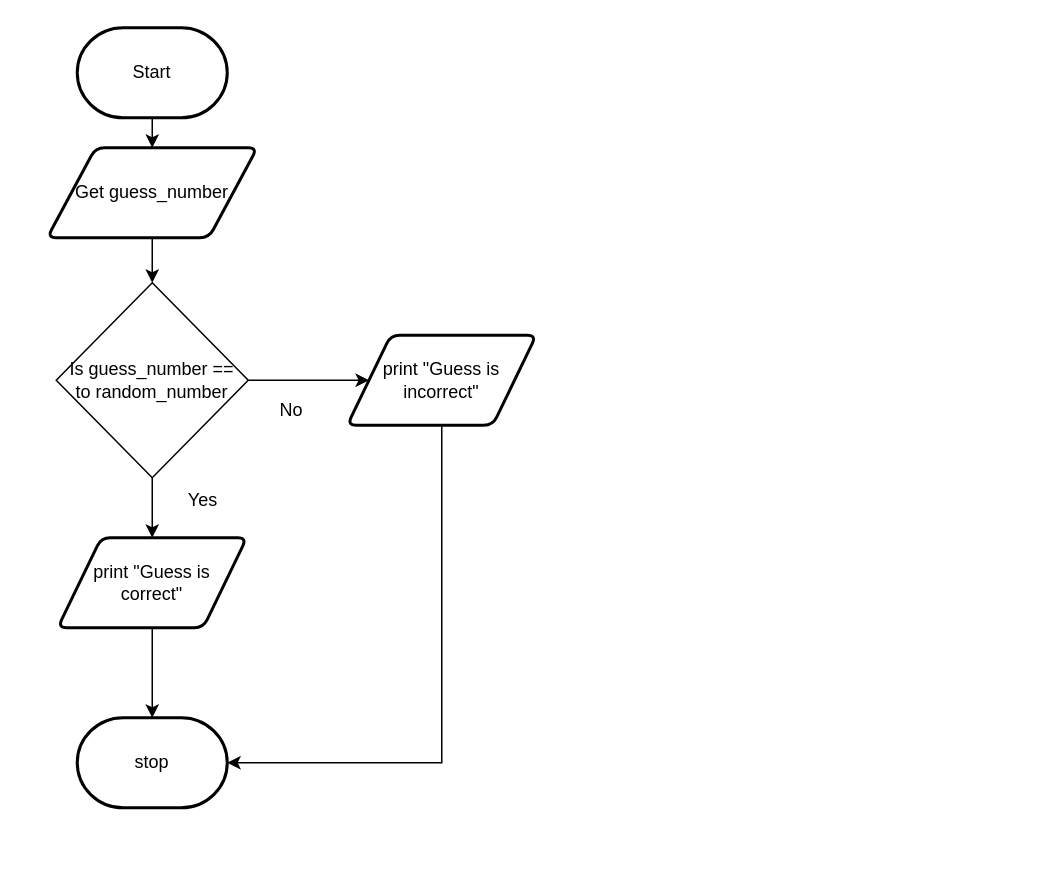
Above: FlowChart.Drawio in JacksonNaufal/ICS3U-Unit3-04-Python (draw.io), before the change. Source tidied: cells renumbered, new cells numbered last; positions are measured from the earlier drawing's top-left corner, leaving out a move shared by most shapes. Both pictures are drawn from the tidied source at 150%, with x=0, y=0 at pixel (46, 27).
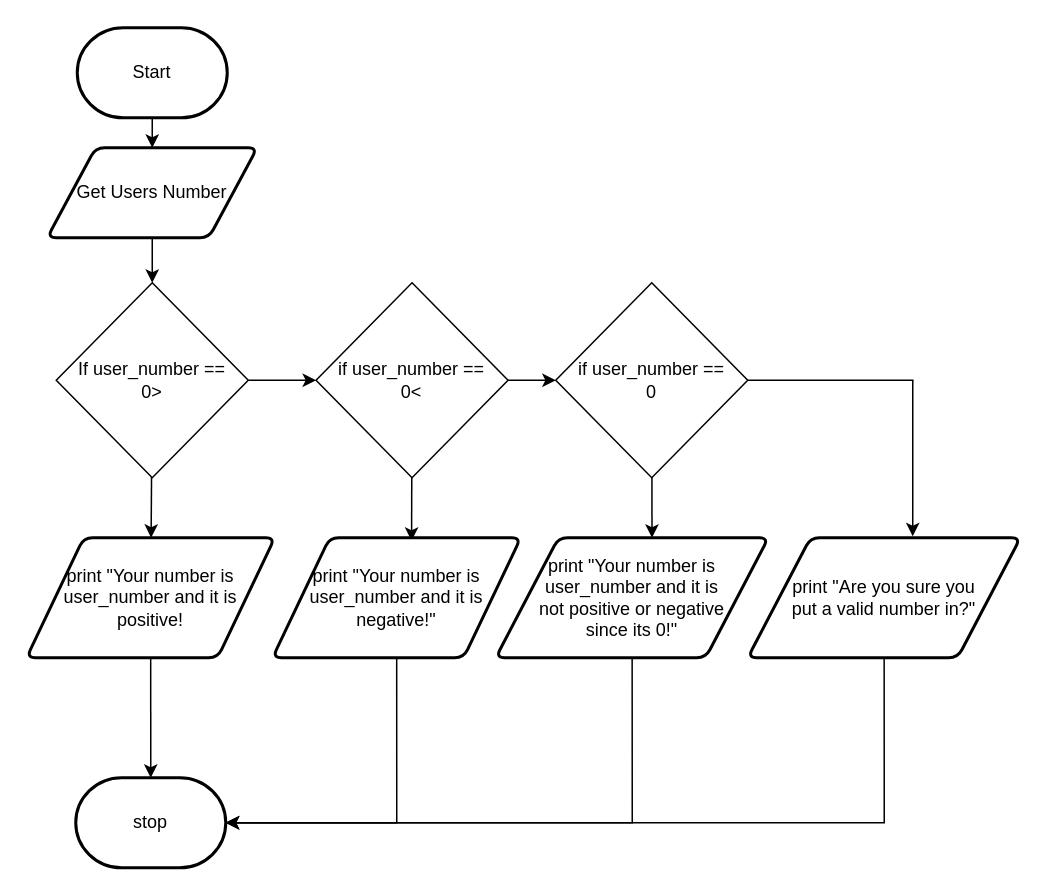
The same page after the edit.

The edit, as a diff of the source:
```diff
@@
-    <mxCell id="5" value="Get guess_number" style="shape=parallelogram;html=1;strokeWidth=2;perimeter=parallelogramPerimeter;whiteSpace=wrap;rounded=1;arcSize=12;size=0.23;" parent="1" vertex="1">
+    <mxCell id="5" value="Get Users Number" style="shape=parallelogram;html=1;strokeWidth=2;perimeter=parallelogramPerimeter;whiteSpace=wrap;rounded=1;arcSize=12;size=0.23;" parent="1" vertex="1">
       <mxGeometry y="80" width="140" height="60" as="geometry" />
     </mxCell>
@@
-    <mxCell id="7" value="print &quot;Guess is &lt;br&gt;correct&quot;" style="shape=parallelogram;html=1;strokeWidth=2;perimeter=parallelogramPerimeter;whiteSpace=wrap;rounded=1;arcSize=12;size=0.23;" parent="1" vertex="1">
-      <mxGeometry x="7" y="340" width="126" height="60" as="geometry" />
+    <mxCell id="7" value="print &quot;Your number is user_number and it is &lt;br&gt;positive!" style="shape=parallelogram;html=1;strokeWidth=2;perimeter=parallelogramPerimeter;whiteSpace=wrap;rounded=1;arcSize=12;size=0.23;" parent="1" vertex="1">
+      <mxGeometry x="-13.8" y="340" width="165.5" height="80" as="geometry" />
     </mxCell>
     <mxCell id="8" value="stop" style="strokeWidth=2;html=1;shape=mxgraph.flowchart.terminator;whiteSpace=wrap;rounded=1;" parent="1" vertex="1">
-      <mxGeometry x="20" y="460" width="100" height="60" as="geometry" />
+      <mxGeometry x="19" y="500" width="100" height="60" as="geometry" />
     </mxCell>
@@
-    <mxCell id="10" style="edgeStyle=none;html=1;" parent="1" edge="1" source="11" target="15">
-      <mxGeometry relative="1" as="geometry" />
-    </mxCell>
+    <mxCell id="16" style="edgeStyle=none;html=1;entryX=0;entryY=0.5;entryDx=0;entryDy=0;fontSize=11;" parent="1" edge="1" source="11" target="19">
+      <mxGeometry relative="1" as="geometry" />
+    </mxCell>
-    <mxCell id="11" value="Is guess_number == &lt;br&gt;to random_number" style="rhombus;whiteSpace=wrap;html=1;" parent="1" vertex="1">
+    <mxCell id="11" value="If user_number == &lt;br&gt;0&amp;gt;" style="rhombus;whiteSpace=wrap;html=1;" parent="1" vertex="1">
       <mxGeometry x="6" y="170" width="128" height="130" as="geometry" />
     </mxCell>
-    <mxCell id="12" value="No" style="text;html=1;strokeColor=none;fillColor=none;align=center;verticalAlign=middle;whiteSpace=wrap;rounded=0;fontSize=12;" parent="1" vertex="1">
-      <mxGeometry x="133" y="240" width="60" height="30" as="geometry" />
-    </mxCell>
-    <mxCell id="13" value="Yes" style="text;html=1;strokeColor=none;fillColor=none;align=center;verticalAlign=middle;whiteSpace=wrap;rounded=0;fontSize=12;" parent="1" vertex="1">
-      <mxGeometry x="74" y="300" width="60" height="30" as="geometry" />
-    </mxCell>
-    <mxCell id="14" style="edgeStyle=none;html=1;entryX=1;entryY=0.5;entryDx=0;entryDy=0;entryPerimeter=0;rounded=0;" parent="1" edge="1" source="15" target="8">
-      <mxGeometry relative="1" as="geometry">
-        <Array as="points">
-          <mxPoint x="263" y="490" />
-        </Array>
-      </mxGeometry>
-    </mxCell>
-    <mxCell id="15" value="print &quot;Guess is &lt;br&gt;incorrect&quot;" style="shape=parallelogram;html=1;strokeWidth=2;perimeter=parallelogramPerimeter;whiteSpace=wrap;rounded=1;arcSize=12;size=0.23;" parent="1" vertex="1">
-      <mxGeometry x="200" y="205" width="126" height="60" as="geometry" />
-    </mxCell>
+    <mxCell id="17" style="edgeStyle=none;html=1;entryX=0.56;entryY=0.025;entryDx=0;entryDy=0;entryPerimeter=0;" parent="1" edge="1" source="19" target="24">
+      <mxGeometry relative="1" as="geometry" />
+    </mxCell>
+    <mxCell id="18" style="edgeStyle=none;html=1;entryX=0;entryY=0.5;entryDx=0;entryDy=0;fontSize=11;" parent="1" edge="1" source="19" target="22">
+      <mxGeometry relative="1" as="geometry" />
+    </mxCell>
+    <mxCell id="19" value="if user_number ==&lt;br&gt;0&amp;lt;" style="rhombus;whiteSpace=wrap;html=1;" parent="1" vertex="1">
+      <mxGeometry x="179.2" y="170" width="128" height="130" as="geometry" />
+    </mxCell>
+    <mxCell id="20" style="edgeStyle=none;html=1;entryX=0.573;entryY=0;entryDx=0;entryDy=0;entryPerimeter=0;" parent="1" edge="1" source="22" target="26">
+      <mxGeometry relative="1" as="geometry" />
+    </mxCell>
+    <mxCell id="21" style="edgeStyle=none;html=1;entryX=0.605;entryY=-0.012;entryDx=0;entryDy=0;entryPerimeter=0;fontSize=11;" parent="1" edge="1" target="28">
+      <mxGeometry relative="1" as="geometry">
+        <mxPoint x="577" y="235" as="sourcePoint" />
+      </mxGeometry>
+    </mxCell>
+    <mxCell id="22" value="if user_number == &lt;br&gt;0" style="rhombus;whiteSpace=wrap;html=1;" parent="1" vertex="1">
+      <mxGeometry x="339" y="170" width="128" height="130" as="geometry" />
+    </mxCell>
+    <mxCell id="23" style="edgeStyle=none;rounded=0;html=1;entryX=1;entryY=0.5;entryDx=0;entryDy=0;entryPerimeter=0;fontSize=11;" parent="1" edge="1" source="24" target="8">
+      <mxGeometry relative="1" as="geometry">
+        <Array as="points">
+          <mxPoint x="233" y="530" />
+        </Array>
+      </mxGeometry>
+    </mxCell>
+    <mxCell id="24" value="print &quot;Your number is user_number and it is &lt;br&gt;negative!&quot;" style="shape=parallelogram;html=1;strokeWidth=2;perimeter=parallelogramPerimeter;whiteSpace=wrap;rounded=1;arcSize=12;size=0.23;" parent="1" vertex="1">
+      <mxGeometry x="150.2" y="340" width="165.5" height="80" as="geometry" />
+    </mxCell>
+    <mxCell id="25" style="edgeStyle=none;rounded=0;html=1;entryX=1;entryY=0.5;entryDx=0;entryDy=0;entryPerimeter=0;fontSize=11;" parent="1" edge="1" source="26" target="8">
+      <mxGeometry relative="1" as="geometry">
+        <Array as="points">
+          <mxPoint x="390" y="530" />
+        </Array>
+      </mxGeometry>
+    </mxCell>
+    <mxCell id="26" value="print &quot;Your number is user_number and it is &lt;br&gt;not positive or negative &lt;br&gt;since its 0!&quot;" style="shape=parallelogram;html=1;strokeWidth=2;perimeter=parallelogramPerimeter;whiteSpace=wrap;rounded=1;arcSize=12;size=0.23;" parent="1" vertex="1">
+      <mxGeometry x="299" y="340" width="181.8" height="80" as="geometry" />
+    </mxCell>
+    <mxCell id="27" style="edgeStyle=none;html=1;entryX=1;entryY=0.5;entryDx=0;entryDy=0;entryPerimeter=0;fontSize=11;rounded=0;" parent="1" edge="1" source="28" target="8">
+      <mxGeometry relative="1" as="geometry">
+        <Array as="points">
+          <mxPoint x="558" y="530" />
+        </Array>
+      </mxGeometry>
+    </mxCell>
+    <mxCell id="28" value="print &quot;Are you sure you&lt;br&gt;put a valid number in?&quot;" style="shape=parallelogram;html=1;strokeWidth=2;perimeter=parallelogramPerimeter;whiteSpace=wrap;rounded=1;arcSize=12;size=0.23;" parent="1" vertex="1">
+      <mxGeometry x="467" y="340" width="181.8" height="80" as="geometry" />
+    </mxCell>
+    <mxCell id="29" style="endArrow=none;html=1;fontSize=11;exitX=1;exitY=0.5;exitDx=0;exitDy=0;" parent="1" edge="1" source="22">
+      <mxGeometry relative="1" as="geometry">
+        <mxPoint x="577.5" y="235" as="targetPoint" />
+      </mxGeometry>
+    </mxCell>
```
